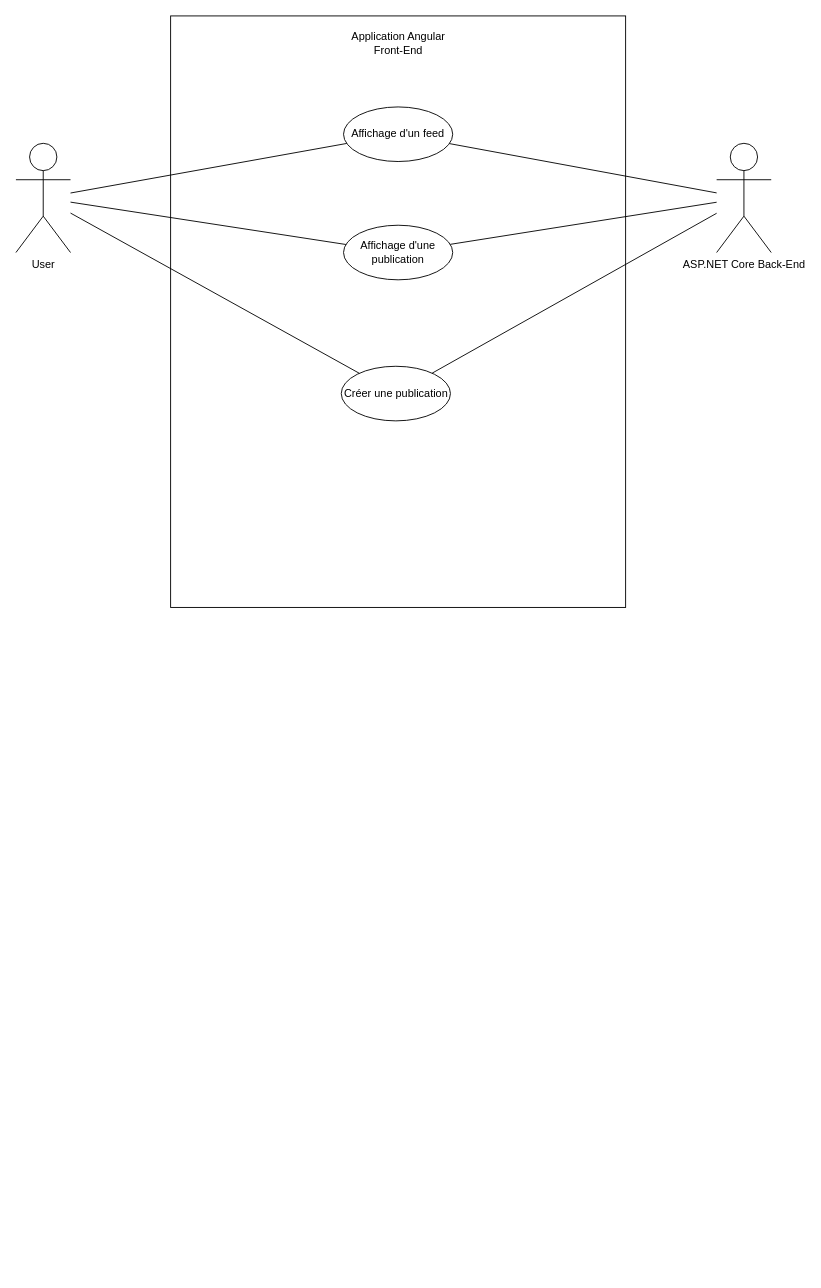
Before: docs/diagrams/UseCaseDiagram.drawio in laurentksh/ICT-120_151, a draw.io diagram. Source tidied: cells renumbered, new cells numbered last; positions are measured from the earlier drawing's top-left corner, leaving out a move shared by most shapes. Both pictures are drawn from the tidied source at 91%, with x=0, y=0 at pixel (15, 15).
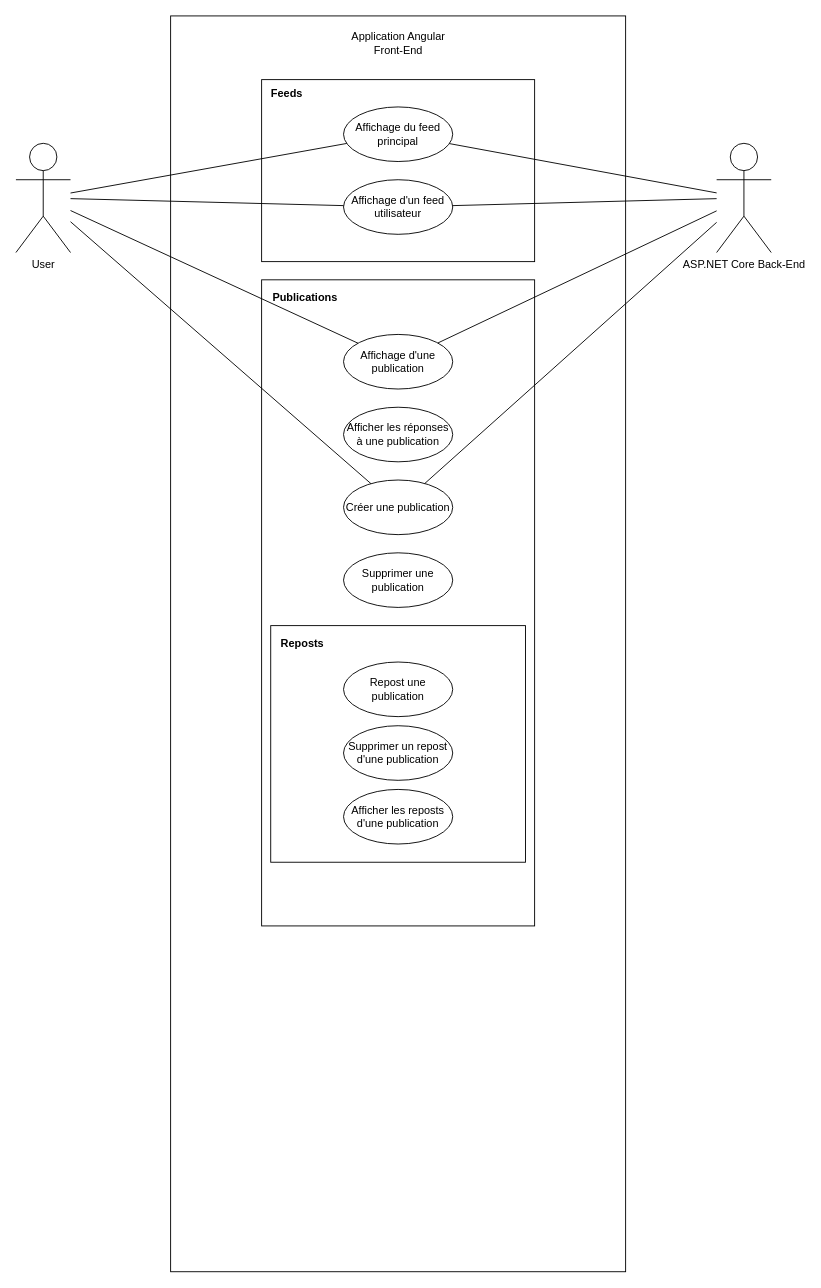
The same page after the edit.

Unchanged cells that the change refers to:
```xml
<mxCell id="2" value="User" style="shape=umlActor;verticalLabelPosition=bottom;labelBackgroundColor=#ffffff;verticalAlign=top;html=1;outlineConnect=0;" parent="1" vertex="1">
  <mxGeometry y="140" width="60" height="120" as="geometry" />
</mxCell>
<mxCell id="4" value="ASP.NET Core Back-End" style="shape=umlActor;verticalLabelPosition=bottom;verticalAlign=top;html=1;outlineConnect=0;" parent="1" vertex="1">
  <mxGeometry x="770" y="140" width="60" height="120" as="geometry" />
</mxCell>
```

Change to the diagram source:
```diff
@@
+    <mxCell id="3" style="rounded=0;whiteSpace=wrap;html=1;" parent="1" vertex="1">
+      <mxGeometry x="170" width="500" height="1380" as="geometry" />
+    </mxCell>
+    <mxCell id="15" style="rounded=0;whiteSpace=wrap;html=1;fillColor=none;" parent="1" vertex="1">
+      <mxGeometry x="270" y="70" width="300" height="200" as="geometry" />
+    </mxCell>
+    <mxCell id="16" style="rounded=0;whiteSpace=wrap;html=1;fillColor=none;" parent="1" vertex="1">
+      <mxGeometry x="270" y="290" width="300" height="710" as="geometry" />
+    </mxCell>
@@
-    <mxCell id="3" style="rounded=0;whiteSpace=wrap;html=1;" parent="1" vertex="1">
-      <mxGeometry x="170" width="500" height="650" as="geometry" />
-    </mxCell>
@@
-    <mxCell id="6" value="Affichage d'un feed" style="ellipse;whiteSpace=wrap;html=1;" parent="1" vertex="1">
+    <mxCell id="6" value="Affichage du feed principal" style="ellipse;whiteSpace=wrap;html=1;" parent="1" vertex="1">
       <mxGeometry x="360" y="100" width="120" height="60" as="geometry" />
     </mxCell>
     <mxCell id="7" value="Créer une publication" style="ellipse;whiteSpace=wrap;html=1;" parent="1" vertex="1">
-      <mxGeometry x="357.5" y="385" width="120" height="60" as="geometry" />
+      <mxGeometry x="360" y="510" width="120" height="60" as="geometry" />
     </mxCell>
     <mxCell id="8" value="Affichage d'une publication" style="ellipse;whiteSpace=wrap;html=1;" parent="1" vertex="1">
-      <mxGeometry x="360" y="230" width="120" height="60" as="geometry" />
+      <mxGeometry x="360" y="350" width="120" height="60" as="geometry" />
     </mxCell>
@@
+    <mxCell id="17" value="Supprimer une publication" style="ellipse;whiteSpace=wrap;html=1;" parent="1" vertex="1">
+      <mxGeometry x="360" y="590" width="120" height="60" as="geometry" />
+    </mxCell>
+    <mxCell id="18" value="Afficher les réponses à une publication" style="ellipse;whiteSpace=wrap;html=1;" parent="1" vertex="1">
+      <mxGeometry x="360" y="430" width="120" height="60" as="geometry" />
+    </mxCell>
+    <mxCell id="19" value="Publications" style="text;html=1;strokeColor=none;fillColor=none;align=center;verticalAlign=middle;whiteSpace=wrap;rounded=0;fontStyle=1;" parent="1" vertex="1">
+      <mxGeometry x="277.5" y="300" width="80" height="20" as="geometry" />
+    </mxCell>
+    <mxCell id="20" value="Affichage d'un feed utilisateur" style="ellipse;whiteSpace=wrap;html=1;" parent="1" vertex="1">
+      <mxGeometry x="360" y="180" width="120" height="60" as="geometry" />
+    </mxCell>
+    <mxCell id="21" value="Feeds" style="text;html=1;strokeColor=none;fillColor=none;align=center;verticalAlign=middle;whiteSpace=wrap;rounded=0;fontStyle=1;" parent="1" vertex="1">
+      <mxGeometry x="278" y="76" width="40" height="20" as="geometry" />
+    </mxCell>
+    <mxCell id="22" style="endArrow=none;html=1;" parent="1" edge="1" source="2" target="20">
+      <mxGeometry relative="1" as="geometry" />
+    </mxCell>
+    <mxCell id="23" style="endArrow=none;html=1;" parent="1" edge="1" source="20" target="4">
+      <mxGeometry relative="1" as="geometry" />
+    </mxCell>
+    <mxCell id="24" style="rounded=0;whiteSpace=wrap;html=1;fillColor=none;" parent="1" vertex="1">
+      <mxGeometry x="280" y="670" width="280" height="260" as="geometry" />
+    </mxCell>
+    <mxCell id="25" value="Reposts" style="text;html=1;strokeColor=none;fillColor=none;align=center;verticalAlign=middle;whiteSpace=wrap;rounded=0;fontStyle=1;" parent="1" vertex="1">
+      <mxGeometry x="290" y="680" width="50" height="20" as="geometry" />
+    </mxCell>
+    <mxCell id="26" value="Repost une publication" style="ellipse;whiteSpace=wrap;html=1;fillColor=none;" parent="1" vertex="1">
+      <mxGeometry x="360" y="710" width="120" height="60" as="geometry" />
+    </mxCell>
+    <mxCell id="27" value="Supprimer un repost d'une publication" style="ellipse;whiteSpace=wrap;html=1;fillColor=none;" parent="1" vertex="1">
+      <mxGeometry x="360" y="780" width="120" height="60" as="geometry" />
+    </mxCell>
+    <mxCell id="28" value="Afficher les reposts d'une publication" style="ellipse;whiteSpace=wrap;html=1;fillColor=none;" parent="1" vertex="1">
+      <mxGeometry x="360" y="850" width="120" height="60" as="geometry" />
+    </mxCell>
```
